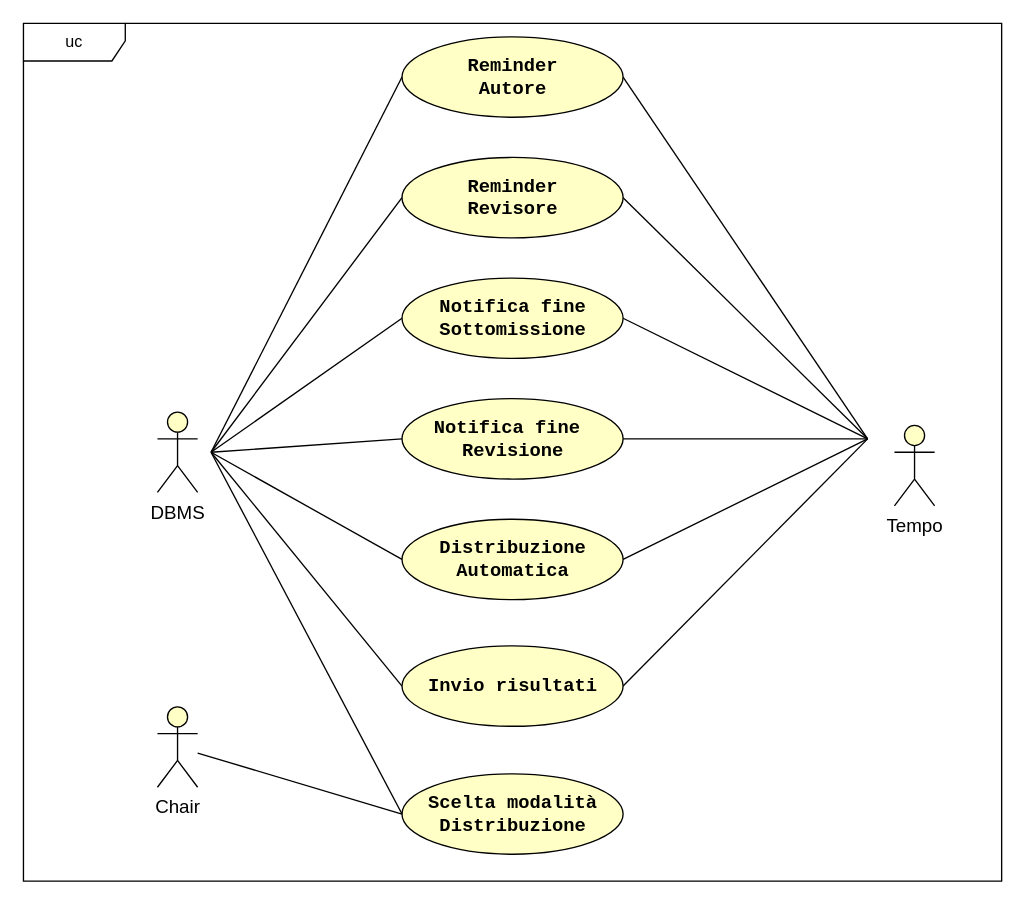
The draw.io diagram RAD/images/GestioneRevisione.drawio in Gabro29/IngegneriaSoftware, before the edit. Source tidied: cells renumbered, new cells numbered last; positions are measured from the earlier drawing's top-left corner, leaving out a move shared by most shapes. Both pictures are drawn from the tidied source at 134%, with x=0, y=0 at pixel (23, 23).
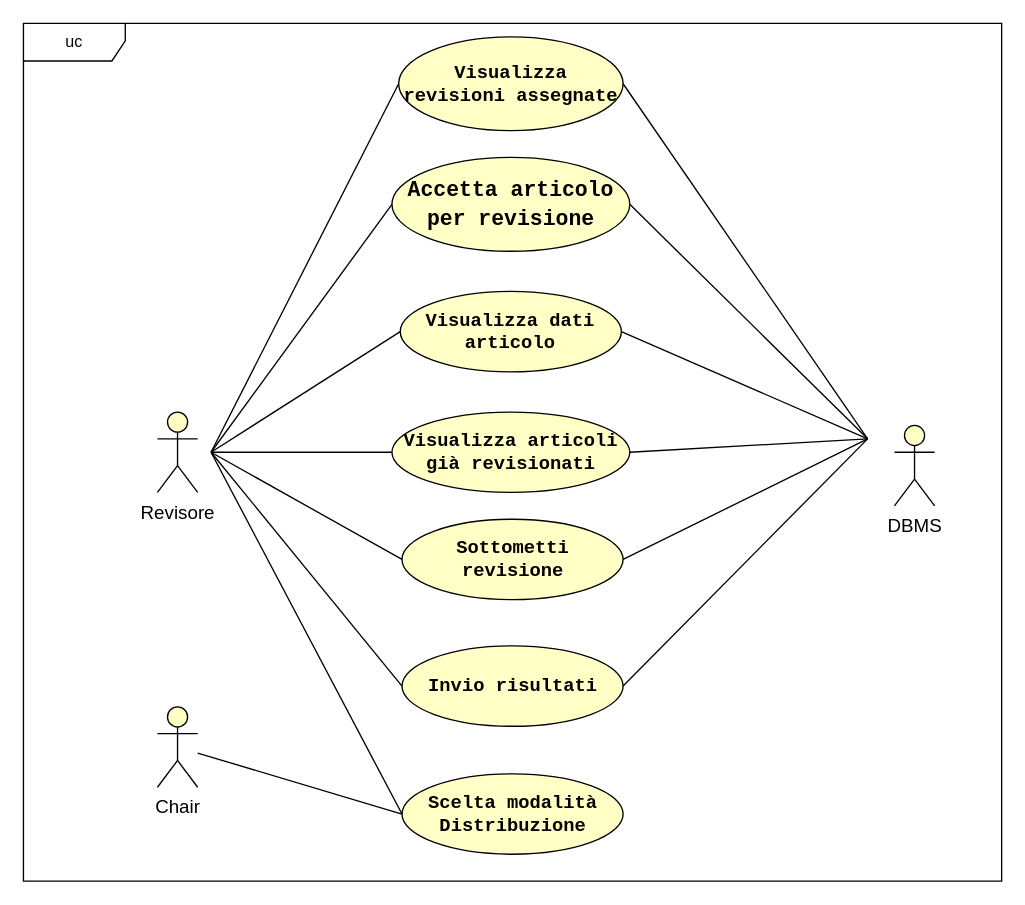
The same diagram, later.

Diff of the diagram source:
```diff
@@
-    <mxCell id="3" value="&lt;font style=&quot;color: light-dark(rgb(0, 0, 0), rgb(0, 0, 0)); font-size: 14px;&quot;&gt;DBMS&lt;/font&gt;" style="shape=umlActor;verticalLabelPosition=bottom;verticalAlign=top;html=1;strokeColor=light-dark(#000000,#000000);fillColor=light-dark(#FFFFC6,#FDF89C);" parent="1" vertex="1">
+    <mxCell id="3" value="&lt;font style=&quot;color: light-dark(rgb(0, 0, 0), rgb(0, 0, 0)); font-size: 14px;&quot;&gt;Revisore&lt;/font&gt;" style="shape=umlActor;verticalLabelPosition=bottom;verticalAlign=top;html=1;strokeColor=light-dark(#000000,#000000);fillColor=light-dark(#FFFFC6,#FDF89C);" parent="1" vertex="1">
       <mxGeometry x="100" y="290" width="30" height="60" as="geometry" />
     </mxCell>
-    <mxCell id="4" value="&lt;font style=&quot;color: light-dark(rgb(0, 0, 0), rgb(9, 9, 9));&quot; face=&quot;Courier New&quot;&gt;&lt;span style=&quot;font-size: 14px;&quot;&gt;&lt;b style=&quot;&quot;&gt;Reminder&lt;/b&gt;&lt;/span&gt;&lt;/font&gt;&lt;div&gt;&lt;font style=&quot;color: light-dark(rgb(0, 0, 0), rgb(9, 9, 9));&quot; face=&quot;Courier New&quot;&gt;&lt;span style=&quot;font-size: 14px;&quot;&gt;&lt;b style=&quot;&quot;&gt;Revisore&lt;/b&gt;&lt;/span&gt;&lt;/font&gt;&lt;/div&gt;" style="ellipse;whiteSpace=wrap;html=1;fillColor=light-dark(#FFFFC6,#FDF89C);strokeColor=light-dark(#000000,#000000);gradientColor=none;" parent="1" vertex="1">
-      <mxGeometry x="282.5" y="100" width="165" height="60" as="geometry" />
+    <mxCell id="4" value="&lt;span style=&quot;font-size: 12pt;&quot;&gt;&lt;font face=&quot;Courier New&quot; style=&quot;color: light-dark(rgb(0, 0, 0), rgb(0, 0, 0));&quot;&gt;&lt;b style=&quot;&quot;&gt;Accetta articolo per revisione&lt;/b&gt;&lt;/font&gt;&lt;/span&gt;" style="ellipse;whiteSpace=wrap;html=1;fillColor=light-dark(#FFFFC6,#FDF89C);strokeColor=light-dark(#000000,#000000);gradientColor=none;" parent="1" vertex="1">
+      <mxGeometry x="275" y="100" width="177.5" height="70" as="geometry" />
     </mxCell>
-    <mxCell id="5" value="&lt;font style=&quot;color: light-dark(rgb(0, 0, 0), rgb(9, 9, 9));&quot; face=&quot;Courier New&quot;&gt;&lt;span style=&quot;font-size: 14px;&quot;&gt;&lt;b style=&quot;&quot;&gt;Reminder&lt;/b&gt;&lt;/span&gt;&lt;/font&gt;&lt;div&gt;&lt;font style=&quot;color: light-dark(rgb(0, 0, 0), rgb(9, 9, 9));&quot; face=&quot;Courier New&quot;&gt;&lt;span style=&quot;font-size: 14px;&quot;&gt;&lt;b style=&quot;&quot;&gt;Autore&lt;/b&gt;&lt;/span&gt;&lt;/font&gt;&lt;/div&gt;" style="ellipse;whiteSpace=wrap;html=1;fillColor=light-dark(#FFFFC6,#FDF89C);strokeColor=light-dark(#000000,#000000);" parent="1" vertex="1">
-      <mxGeometry x="282.5" y="10" width="165" height="60" as="geometry" />
+    <mxCell id="5" value="&lt;font style=&quot;color: light-dark(rgb(0, 0, 0), rgb(0, 0, 0));&quot; face=&quot;Courier New&quot;&gt;&lt;span style=&quot;font-size: 14px;&quot;&gt;&lt;b style=&quot;&quot;&gt;Visualizza revisioni assegnate&lt;/b&gt;&lt;/span&gt;&lt;/font&gt;" style="ellipse;whiteSpace=wrap;html=1;fillColor=light-dark(#FFFFC6,#FDF89C);strokeColor=light-dark(#000000,#000000);" parent="1" vertex="1">
+      <mxGeometry x="280" y="10" width="167.5" height="70" as="geometry" />
     </mxCell>
-    <mxCell id="6" value="&lt;font style=&quot;color: light-dark(rgb(0, 0, 0), rgb(9, 9, 9));&quot; face=&quot;Courier New&quot;&gt;&lt;span style=&quot;font-size: 14px;&quot;&gt;&lt;b style=&quot;&quot;&gt;Notifica fine Sottomissione&lt;/b&gt;&lt;/span&gt;&lt;/font&gt;" style="ellipse;whiteSpace=wrap;html=1;fillColor=light-dark(#FFFFC6,#FDF89C);strokeColor=light-dark(#000000,#000000);" parent="1" vertex="1">
-      <mxGeometry x="282.5" y="190" width="165" height="60" as="geometry" />
+    <mxCell id="6" value="&lt;font style=&quot;color: light-dark(rgb(0, 0, 0), rgb(0, 0, 0));&quot; face=&quot;Courier New&quot;&gt;&lt;span style=&quot;font-size: 14px;&quot;&gt;&lt;b style=&quot;&quot;&gt;Visualizza articoli già revisionati&lt;/b&gt;&lt;/span&gt;&lt;/font&gt;" style="ellipse;whiteSpace=wrap;html=1;fillColor=light-dark(#FFFFC6,#FDF89C);strokeColor=light-dark(#000000,#000000);" parent="1" vertex="1">
+      <mxGeometry x="275" y="290" width="177.5" height="60" as="geometry" />
     </mxCell>
-    <mxCell id="7" value="&lt;font face=&quot;Courier New&quot; style=&quot;color: light-dark(rgb(0, 0, 0), rgb(9, 9, 9)); font-size: 14px;&quot;&gt;&lt;b&gt;Notifica fine&amp;nbsp;&lt;/b&gt;&lt;/font&gt;&lt;div&gt;&lt;font face=&quot;Courier New&quot; style=&quot;color: light-dark(rgb(0, 0, 0), rgb(9, 9, 9)); font-size: 14px;&quot;&gt;&lt;b&gt;Revisione&lt;/b&gt;&lt;/font&gt;&lt;/div&gt;" style="ellipse;whiteSpace=wrap;html=1;fillColor=light-dark(#FFFFC6,#FDF89C);strokeColor=light-dark(#000000,#000000);" parent="1" vertex="1">
-      <mxGeometry x="282.5" y="280" width="165" height="60" as="geometry" />
+    <mxCell id="7" value="&lt;font style=&quot;color: light-dark(rgb(0, 0, 0), rgb(0, 0, 0));&quot; face=&quot;Courier New&quot;&gt;&lt;span style=&quot;font-size: 14px;&quot;&gt;&lt;b style=&quot;&quot;&gt;Visualizza dati articolo&lt;/b&gt;&lt;/span&gt;&lt;/font&gt;" style="ellipse;whiteSpace=wrap;html=1;fillColor=light-dark(#FFFFC6,#FDF89C);strokeColor=light-dark(#000000,#000000);" parent="1" vertex="1">
+      <mxGeometry x="281.2" y="200" width="165" height="60" as="geometry" />
     </mxCell>
@@
-    <mxCell id="9" value="&lt;font face=&quot;Courier New&quot; style=&quot;color: light-dark(rgb(0, 0, 0), rgb(9, 9, 9)); font-size: 14px;&quot;&gt;&lt;b&gt;Distribuzione&lt;/b&gt;&lt;/font&gt;&lt;div&gt;&lt;font face=&quot;Courier New&quot; style=&quot;color: light-dark(rgb(0, 0, 0), rgb(9, 9, 9)); font-size: 14px;&quot;&gt;&lt;b&gt;Automatica&lt;/b&gt;&lt;/font&gt;&lt;/div&gt;" style="ellipse;whiteSpace=wrap;html=1;fillColor=light-dark(#FFFFC6,#FDF89C);strokeColor=light-dark(#000000,#000000);" parent="1" vertex="1">
+    <mxCell id="9" value="&lt;font style=&quot;color: light-dark(rgb(0, 0, 0), rgb(0, 0, 0));&quot; face=&quot;Courier New&quot;&gt;&lt;span style=&quot;font-size: 14px;&quot;&gt;&lt;b style=&quot;&quot;&gt;Sottometti revisione&lt;/b&gt;&lt;/span&gt;&lt;/font&gt;" style="ellipse;whiteSpace=wrap;html=1;fillColor=light-dark(#FFFFC6,#FDF89C);strokeColor=light-dark(#000000,#000000);" parent="1" vertex="1">
       <mxGeometry x="282.5" y="370" width="165" height="60" as="geometry" />
     </mxCell>
@@
-    <mxCell id="19" value="&lt;font style=&quot;color: light-dark(rgb(0, 0, 0), rgb(0, 0, 0)); font-size: 14px;&quot;&gt;Tempo&lt;/font&gt;" style="shape=umlActor;verticalLabelPosition=bottom;verticalAlign=top;html=1;strokeColor=light-dark(#000000,#000000);fillColor=light-dark(#FFFFC6,#FDF89C);" parent="1" vertex="1">
+    <mxCell id="19" value="&lt;font style=&quot;color: light-dark(rgb(0, 0, 0), rgb(0, 0, 0)); font-size: 14px;&quot;&gt;DBMS&lt;/font&gt;" style="shape=umlActor;verticalLabelPosition=bottom;verticalAlign=top;html=1;strokeColor=light-dark(#000000,#000000);fillColor=light-dark(#FFFFC6,#FDF89C);" parent="1" vertex="1">
       <mxGeometry x="650" y="300" width="30" height="60" as="geometry" />
     </mxCell>
```
